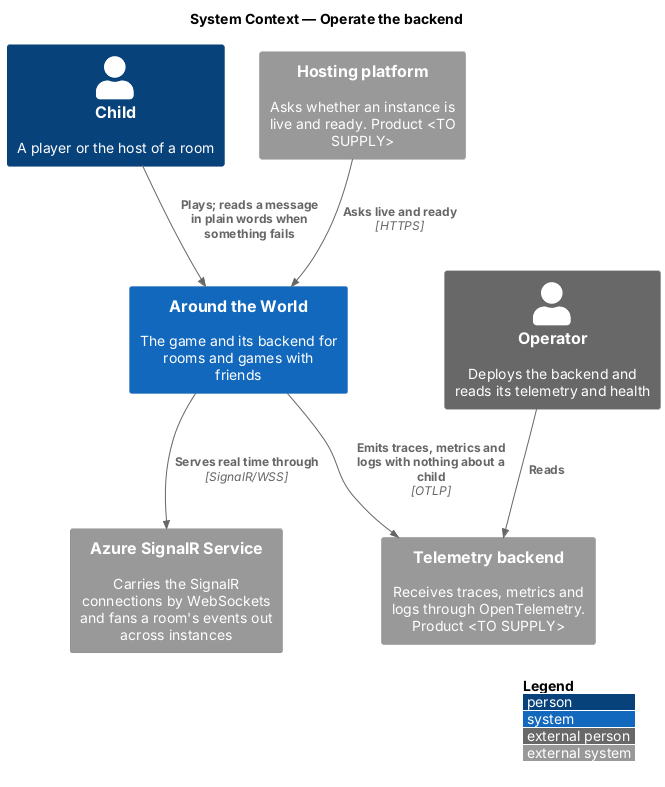
QuinntyneBrown/around-the-world keeps this PlantUML diagram as docs/detailed-designs/platform/operate-backend/diagrams/c4-context.png. Above is the earlier version. Its source is kept beside it as docs/detailed-designs/platform/operate-backend/diagrams/c4-context.puml. Its diagram source:
```plantuml
@startuml
!include <C4/C4_Context>
LAYOUT_WITH_LEGEND()
title System Context — Operate the backend

Person(child, "Child", "A player or the host of a room")
Person_Ext(operator, "Operator", "Deploys the backend and reads its telemetry and health")
System(atw, "Around the World", "The game and its backend for rooms and games with friends")
System_Ext(signalr, "Azure SignalR Service", "Carries the SignalR connections by WebSockets and fans a room's events out across instances")
System_Ext(otel, "Telemetry backend", "Receives traces, metrics and logs through OpenTelemetry. Product <TO SUPPLY>")
System_Ext(probe, "Hosting platform", "Asks whether an instance is live and ready. Product <TO SUPPLY>")

Rel(child, atw, "Plays; reads a message in plain words when something fails")
Rel(atw, signalr, "Serves real time through", "SignalR/WSS")
Rel(atw, otel, "Emits traces, metrics and logs with nothing about a child", "OTLP")
Rel(probe, atw, "Asks live and ready", "HTTPS")
Rel(operator, otel, "Reads")
@enduml
```
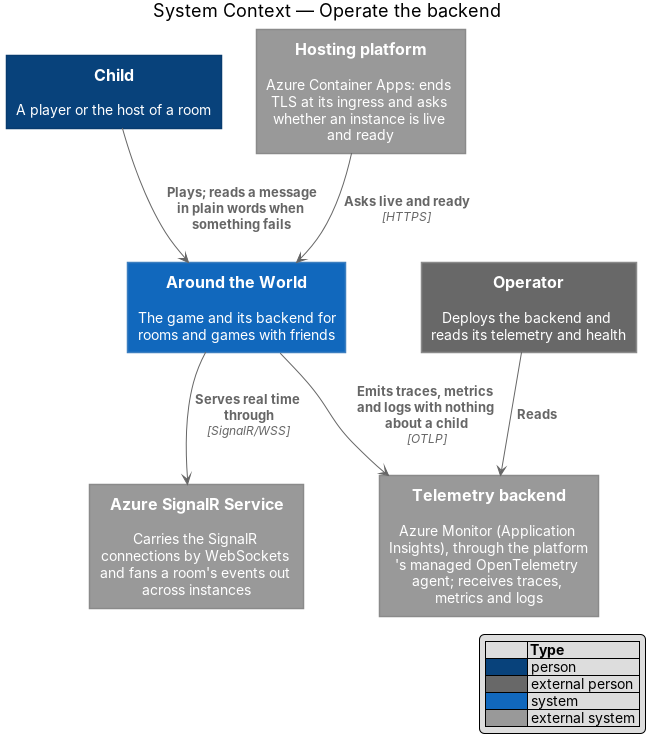
Later version of the same file.

Change to the diagram source:
```diff
@@ -7,8 +7,8 @@
 Person_Ext(operator, "Operator", "Deploys the backend and reads its telemetry and health")
 System(atw, "Around the World", "The game and its backend for rooms and games with friends")
 System_Ext(signalr, "Azure SignalR Service", "Carries the SignalR connections by WebSockets and fans a room's events out across instances")
-System_Ext(otel, "Telemetry backend", "Receives traces, metrics and logs through OpenTelemetry. Product <TO SUPPLY>")
-System_Ext(probe, "Hosting platform", "Asks whether an instance is live and ready. Product <TO SUPPLY>")
+System_Ext(otel, "Telemetry backend", "Azure Monitor (Application Insights), through the platform's managed OpenTelemetry agent; receives traces, metrics and logs")
+System_Ext(probe, "Hosting platform", "Azure Container Apps: ends TLS at its ingress and asks whether an instance is live and ready")
 
 Rel(child, atw, "Plays; reads a message in plain words when something fails")
 Rel(atw, signalr, "Serves real time through", "SignalR/WSS")
```
